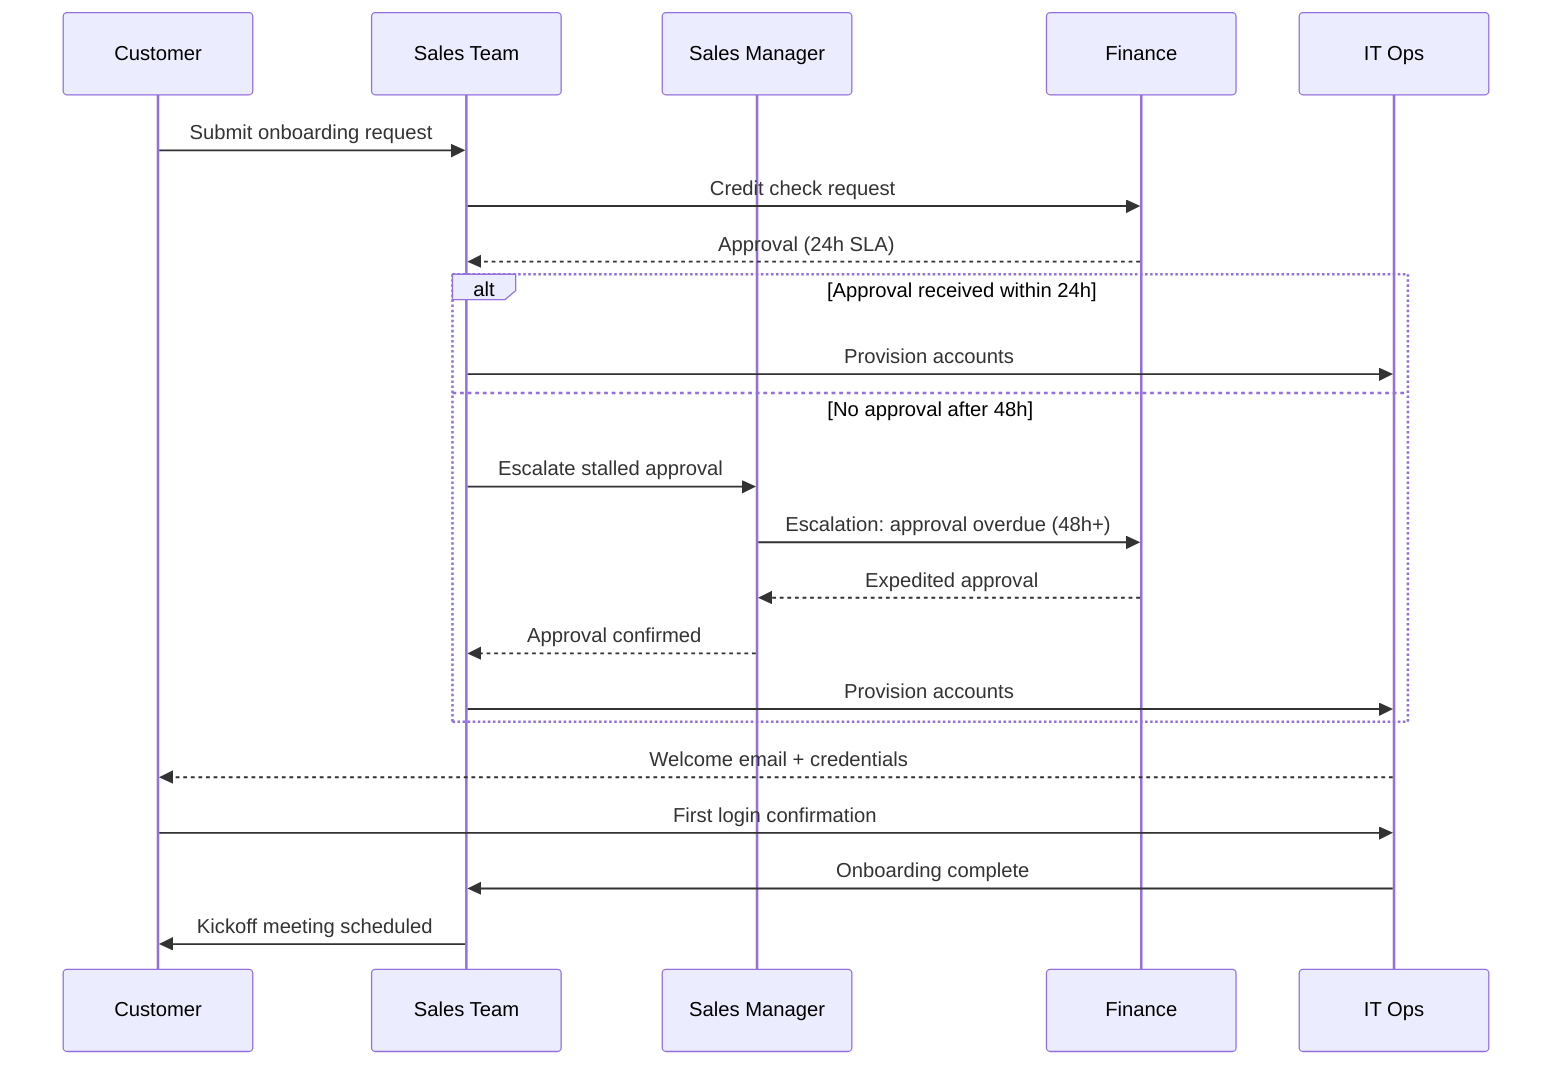
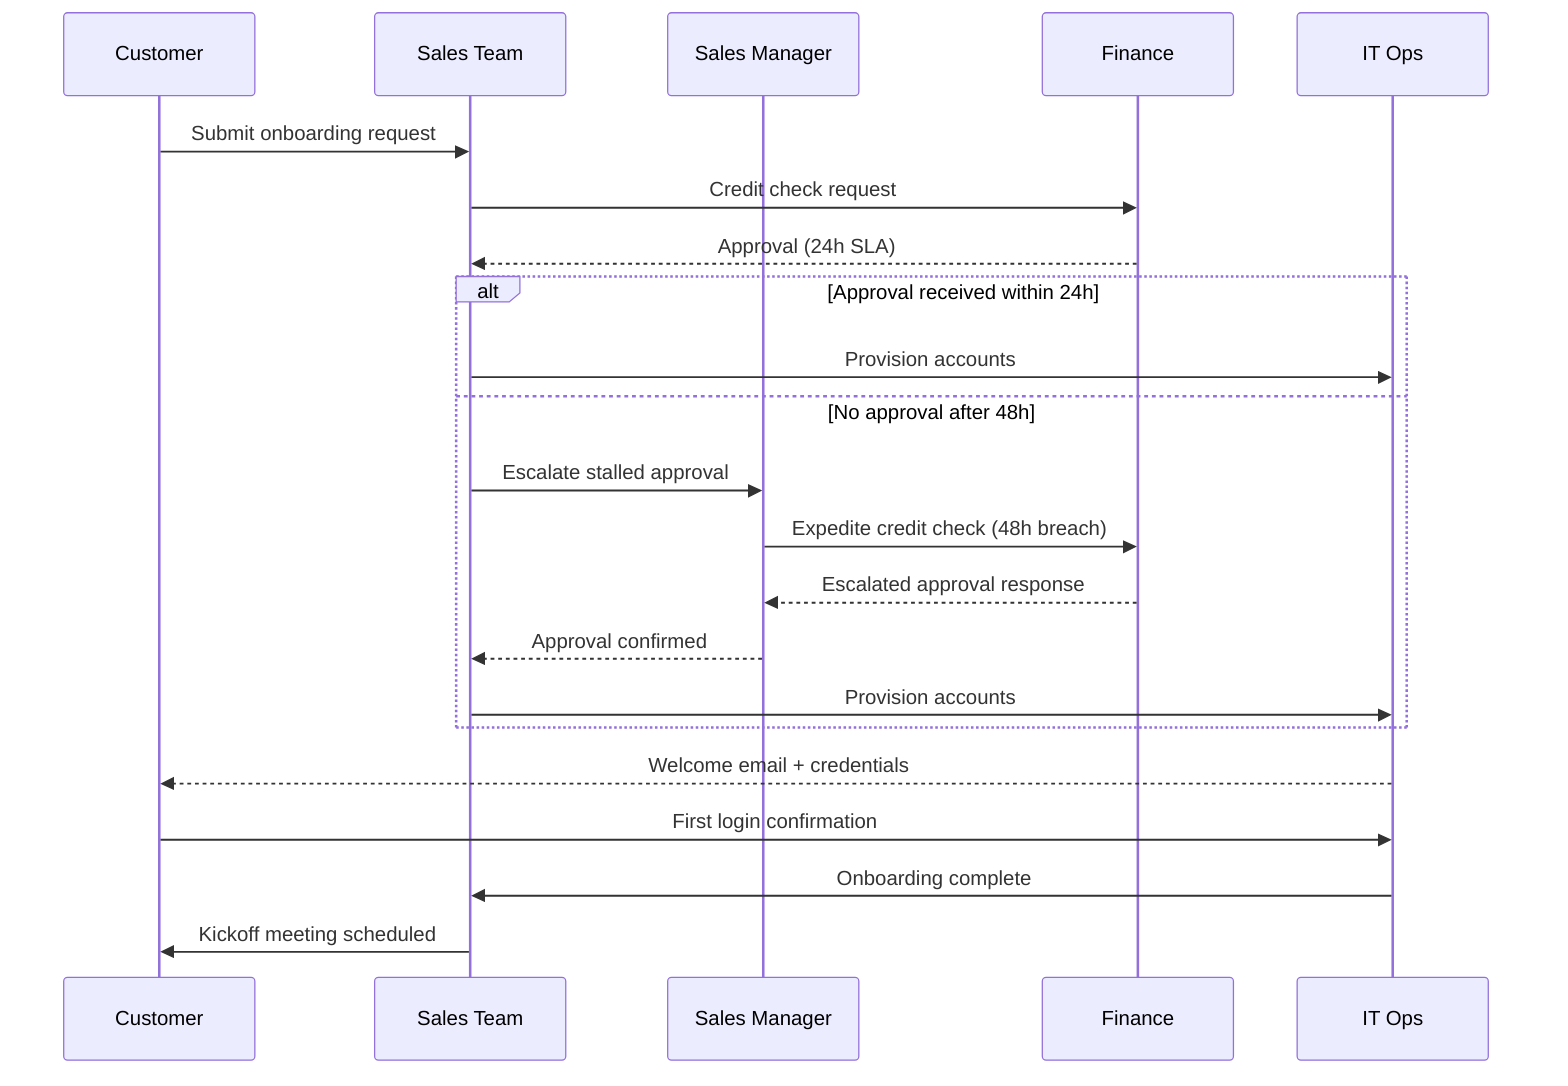
sequenceDiagram
    participant C as Customer
    participant S as Sales Team
    participant M as Sales Manager
    participant F as Finance
    participant IT as IT Ops

    C->>S: Submit onboarding request
    S->>F: Credit check request
    F-->>S: Approval (24h SLA)

    %% ⚡ CHANGED SECTION
    alt Approval received within 24h
        S->>IT: Provision accounts
    else No approval after 48h
        S->>M: Escalate stalled approval
-         M->>F: Escalation: approval overdue (48h+)
-         F-->>M: Expedited approval
+         M->>F: Expedite credit check (48h breach)
+         F-->>M: Escalated approval response
        M-->>S: Approval confirmed
        S->>IT: Provision accounts
    end
    %% ⚡ END CHANGED SECTION

    IT-->>C: Welcome email + credentials
    C->>IT: First login confirmation
    IT->>S: Onboarding complete
    S->>C: Kickoff meeting scheduled